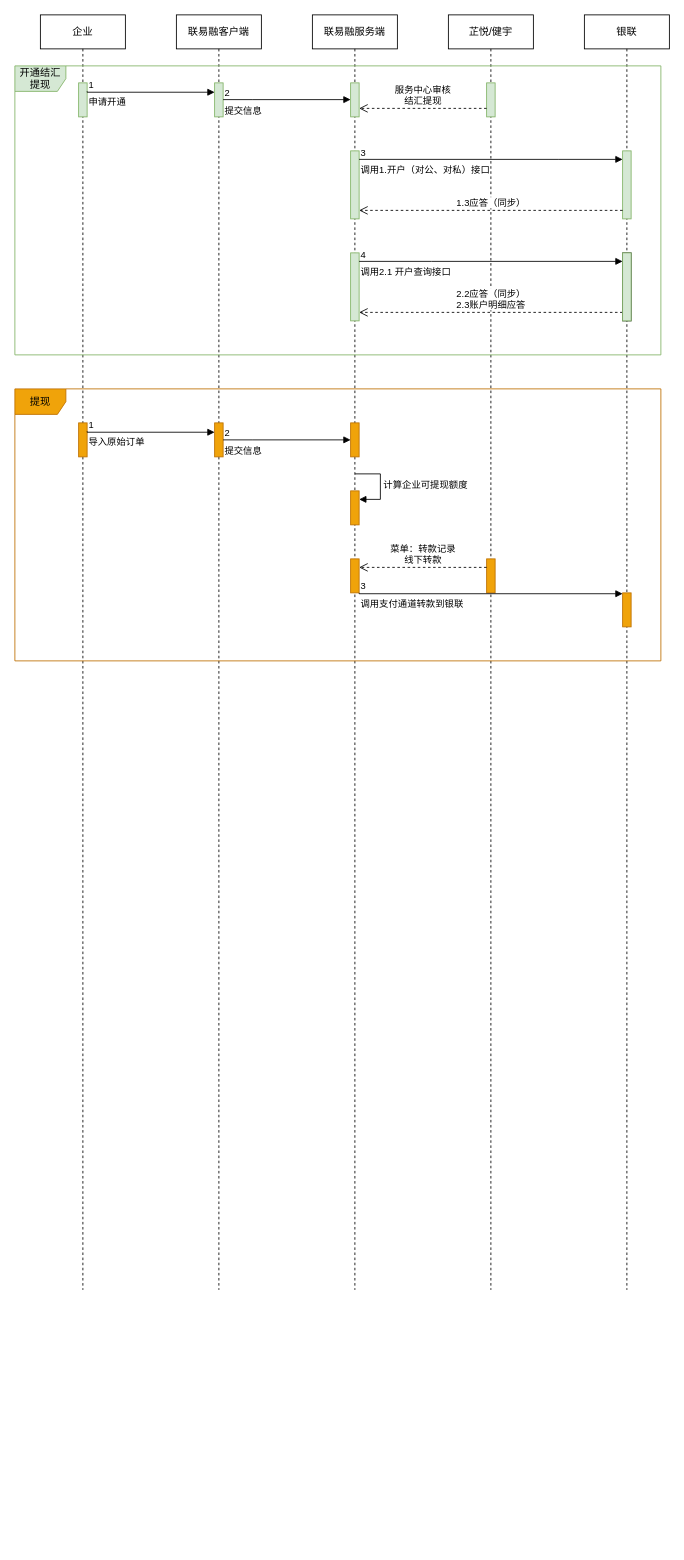
0573xieguojia/To-program keeps this draw.io diagram as LLSI/银联结汇提现流程.drawio. Above is the earlier version. Source tidied: cells renumbered, new cells numbered last; positions are measured from the earlier drawing's top-left corner, leaving out a move shared by most shapes. Both pictures are drawn from the tidied source at 85%, with x=0, y=0 at pixel (14, 14).
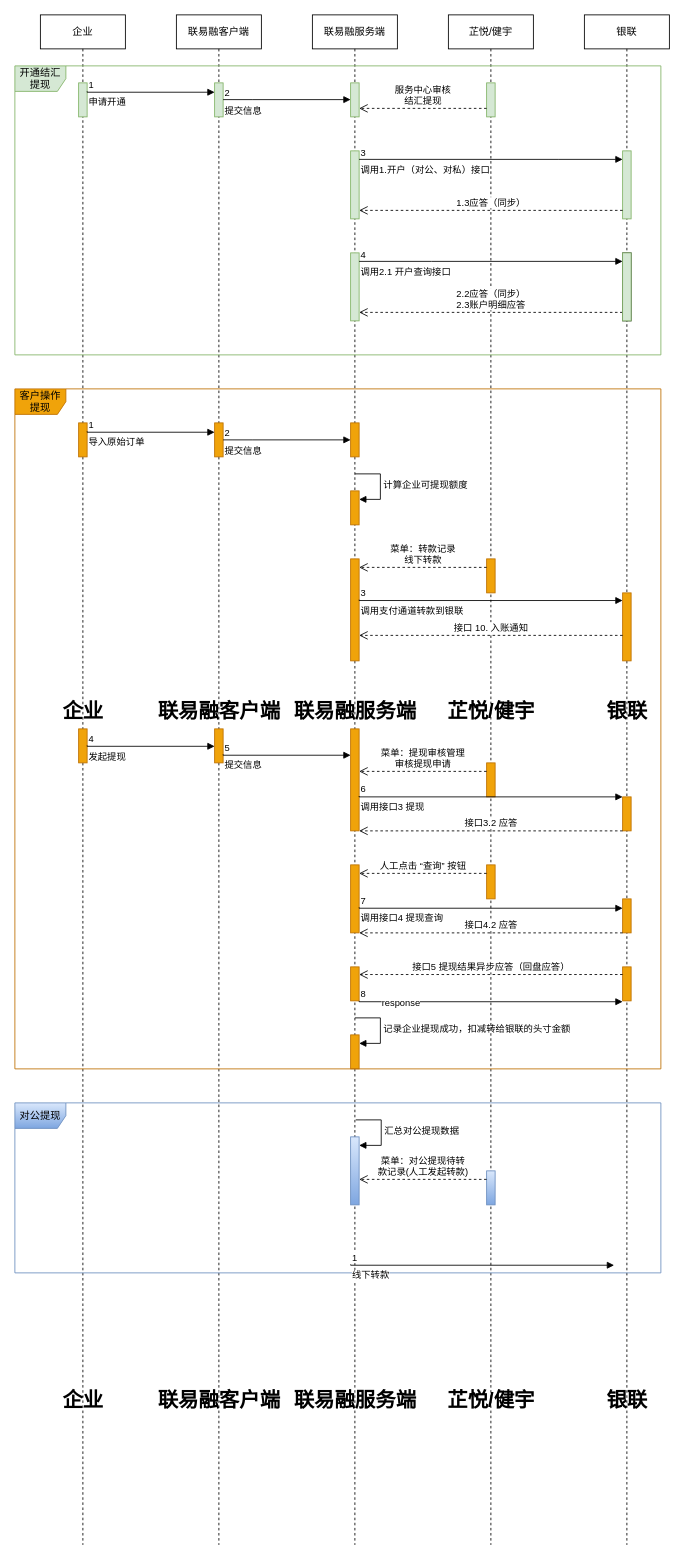
After the change.

Commit message:
更新银联结汇提现流程.drawio

The edit, as a diff of the source:
```diff
@@
     <mxCell id="2" value="企业" style="shape=umlLifeline;perimeter=lifelinePerimeter;whiteSpace=wrap;html=1;newEdgeStyle={&quot;edgeStyle&quot;:&quot;elbowEdgeStyle&quot;,&quot;elbow&quot;:&quot;vertical&quot;,&quot;curved&quot;:0,&quot;rounded&quot;:0};" parent="1" vertex="1">
-      <mxGeometry x="30" width="100" height="1500" as="geometry" />
+      <mxGeometry x="30" width="100" height="1800" as="geometry" />
     </mxCell>
@@
     <mxCell id="4" value="联易融客户端" style="shape=umlLifeline;perimeter=lifelinePerimeter;whiteSpace=wrap;html=1;newEdgeStyle={&quot;edgeStyle&quot;:&quot;elbowEdgeStyle&quot;,&quot;elbow&quot;:&quot;vertical&quot;,&quot;curved&quot;:0,&quot;rounded&quot;:0};" parent="1" vertex="1">
-      <mxGeometry x="190" width="100" height="1500" as="geometry" />
+      <mxGeometry x="190" width="100" height="1800" as="geometry" />
     </mxCell>
     <mxCell id="5" value="联易融服务端" style="shape=umlLifeline;perimeter=lifelinePerimeter;whiteSpace=wrap;html=1;newEdgeStyle={&quot;edgeStyle&quot;:&quot;elbowEdgeStyle&quot;,&quot;elbow&quot;:&quot;vertical&quot;,&quot;curved&quot;:0,&quot;rounded&quot;:0};" parent="1" vertex="1">
-      <mxGeometry x="350" width="100" height="1500" as="geometry" />
+      <mxGeometry x="350" width="100" height="1800" as="geometry" />
     </mxCell>
@@
     <mxCell id="9" style="html=1;perimeter=orthogonalPerimeter;targetShapes=umlLifeline;newEdgeStyle={&quot;edgeStyle&quot;:&quot;elbowEdgeStyle&quot;,&quot;elbow&quot;:&quot;vertical&quot;,&quot;curved&quot;:0,&quot;rounded&quot;:0};fillColor=#f0a30a;strokeColor=#BD7000;fontColor=#000000;" parent="5" vertex="1">
-      <mxGeometry x="45" y="640" width="10" height="40" as="geometry" />
+      <mxGeometry x="45" y="640" width="10" height="120" as="geometry" />
     </mxCell>
+    <mxCell id="44" style="html=1;perimeter=orthogonalPerimeter;targetShapes=umlLifeline;newEdgeStyle={&quot;edgeStyle&quot;:&quot;elbowEdgeStyle&quot;,&quot;elbow&quot;:&quot;vertical&quot;,&quot;curved&quot;:0,&quot;rounded&quot;:0};fillColor=#f0a30a;strokeColor=#BD7000;fontColor=#000000;" parent="5" vertex="1">
+      <mxGeometry x="45" y="1120" width="10" height="40" as="geometry" />
+    </mxCell>
+    <mxCell id="45" style="html=1;points=[];perimeter=orthogonalPerimeter;outlineConnect=0;targetShapes=umlLifeline;portConstraint=eastwest;newEdgeStyle={&quot;edgeStyle&quot;:&quot;elbowEdgeStyle&quot;,&quot;elbow&quot;:&quot;vertical&quot;,&quot;curved&quot;:0,&quot;rounded&quot;:0};fillColor=#f0a30a;strokeColor=#BD7000;fontColor=#000000;" parent="5" vertex="1">
+      <mxGeometry x="45" y="1200" width="10" height="40" as="geometry" />
+    </mxCell>
+    <mxCell id="46" value="记录企业提现成功，扣减转给银联的头寸金额" style="html=1;align=left;spacingLeft=2;endArrow=block;rounded=0;edgeStyle=orthogonalEdgeStyle;curved=0;rounded=0;" parent="5" edge="1" target="45">
+      <mxGeometry relative="1" as="geometry">
+        <mxPoint x="50" y="1180" as="sourcePoint" />
+        <Array as="points">
+          <mxPoint x="80" y="1210" />
+        </Array>
+      </mxGeometry>
+    </mxCell>
     <mxCell id="10" value="芷悦/健宇" style="shape=umlLifeline;perimeter=lifelinePerimeter;whiteSpace=wrap;html=1;newEdgeStyle={&quot;edgeStyle&quot;:&quot;elbowEdgeStyle&quot;,&quot;elbow&quot;:&quot;vertical&quot;,&quot;curved&quot;:0,&quot;rounded&quot;:0};" parent="1" vertex="1">
-      <mxGeometry x="510" width="100" height="1500" as="geometry" />
+      <mxGeometry x="510" width="100" height="1800" as="geometry" />
     </mxCell>
     <mxCell id="11" value="银联" style="shape=umlLifeline;perimeter=lifelinePerimeter;whiteSpace=wrap;html=1;newEdgeStyle={&quot;edgeStyle&quot;:&quot;elbowEdgeStyle&quot;,&quot;elbow&quot;:&quot;vertical&quot;,&quot;curved&quot;:0,&quot;rounded&quot;:0};" parent="1" vertex="1">
-      <mxGeometry x="670" width="100" height="1500" as="geometry" />
+      <mxGeometry x="670" width="100" height="1800" as="geometry" />
     </mxCell>
@@
+    <mxCell id="47" style="html=1;perimeter=orthogonalPerimeter;targetShapes=umlLifeline;newEdgeStyle={&quot;edgeStyle&quot;:&quot;elbowEdgeStyle&quot;,&quot;elbow&quot;:&quot;vertical&quot;,&quot;curved&quot;:0,&quot;rounded&quot;:0};fillColor=#f0a30a;strokeColor=#BD7000;fontColor=#000000;" parent="11" vertex="1">
+      <mxGeometry x="-275" y="1000" width="10" height="80" as="geometry" />
+    </mxCell>
+    <mxCell id="48" style="html=1;perimeter=orthogonalPerimeter;targetShapes=umlLifeline;newEdgeStyle={&quot;edgeStyle&quot;:&quot;elbowEdgeStyle&quot;,&quot;elbow&quot;:&quot;vertical&quot;,&quot;curved&quot;:0,&quot;rounded&quot;:0};fillColor=#f0a30a;strokeColor=#BD7000;fontColor=#000000;" parent="11" vertex="1">
+      <mxGeometry x="45" y="1040" width="10" height="40" as="geometry" />
+    </mxCell>
+    <mxCell id="49" value="调用接口4 提现查询" style="endArrow=block;endFill=1;html=1;edgeStyle=orthogonalEdgeStyle;align=left;verticalAlign=top;rounded=0;" parent="11" edge="1">
+      <mxGeometry x="-1" relative="1" as="geometry">
+        <mxPoint x="-265" y="1050" as="sourcePoint" />
+        <mxPoint x="45" y="1051" as="targetPoint" />
+        <Array as="points">
+          <mxPoint x="-265" y="1051" />
+        </Array>
+      </mxGeometry>
+    </mxCell>
+    <mxCell id="50" value="7" style="edgeLabel;html=1;align=left;verticalAlign=bottom;" parent="49" vertex="1">
+      <mxGeometry x="-1" relative="1" as="geometry" />
+    </mxCell>
+    <mxCell id="51" value="接口4.2 应答" style="html=1;verticalAlign=bottom;endArrow=open;dashed=1;endSize=8;edgeStyle=elbowEdgeStyle;elbow=vertical;curved=0;rounded=0;" parent="11" edge="1">
+      <mxGeometry relative="1" as="geometry">
+        <mxPoint x="45" y="1080" as="sourcePoint" />
+        <mxPoint x="-265" y="1080" as="targetPoint" />
+        <Array as="points">
+          <mxPoint x="-80" y="1080" />
+        </Array>
+      </mxGeometry>
+    </mxCell>
@@
-    <mxCell id="32" value="提现" style="shape=umlFrame;whiteSpace=wrap;html=1;fillColor=#f0a30a;strokeColor=#BD7000;fontColor=#000000;" parent="1" vertex="1">
-      <mxGeometry y="440" width="760" height="320" as="geometry" />
+    <mxCell id="32" value="客户操作提现" style="shape=umlFrame;whiteSpace=wrap;html=1;fillColor=#f0a30a;strokeColor=#BD7000;fontColor=#000000;" parent="1" vertex="1">
+      <mxGeometry y="440" width="760" height="800" as="geometry" />
     </mxCell>
@@
     <mxCell id="41" style="html=1;points=[];perimeter=orthogonalPerimeter;outlineConnect=0;targetShapes=umlLifeline;portConstraint=eastwest;newEdgeStyle={&quot;edgeStyle&quot;:&quot;elbowEdgeStyle&quot;,&quot;elbow&quot;:&quot;vertical&quot;,&quot;curved&quot;:0,&quot;rounded&quot;:0};fillColor=#f0a30a;strokeColor=#BD7000;fontColor=#000000;" parent="1" vertex="1">
-      <mxGeometry x="715" y="680" width="10" height="40" as="geometry" />
+      <mxGeometry x="715" y="680" width="10" height="80" as="geometry" />
     </mxCell>
-    <mxCell id="42" value="调用支付通道转款到银联" style="endArrow=block;endFill=1;html=1;edgeStyle=orthogonalEdgeStyle;align=left;verticalAlign=top;rounded=0;" parent="1" edge="1" target="41">
+    <mxCell id="42" value="调用支付通道转款到银联" style="endArrow=block;endFill=1;html=1;edgeStyle=orthogonalEdgeStyle;align=left;verticalAlign=top;rounded=0;" parent="1" edge="1">
       <mxGeometry x="-1" relative="1" as="geometry">
-        <mxPoint x="405" y="680" as="sourcePoint" />
+        <mxPoint x="405" y="688" as="sourcePoint" />
+        <mxPoint x="715" y="689" as="targetPoint" />
         <Array as="points">
-          <mxPoint x="405" y="681" />
+          <mxPoint x="405" y="689" />
         </Array>
       </mxGeometry>
     </mxCell>
@@
+    <mxCell id="52" value="企业" style="text;strokeColor=none;fillColor=none;html=1;fontSize=24;fontStyle=1;verticalAlign=middle;align=center;" parent="1" vertex="1">
+      <mxGeometry x="30" y="800" width="100" height="40" as="geometry" />
+    </mxCell>
+    <mxCell id="53" value="联易融客户端" style="text;strokeColor=none;fillColor=none;html=1;fontSize=24;fontStyle=1;verticalAlign=middle;align=center;" parent="1" vertex="1">
+      <mxGeometry x="190" y="800" width="100" height="40" as="geometry" />
+    </mxCell>
+    <mxCell id="54" value="联易融服务端" style="text;strokeColor=none;fillColor=none;html=1;fontSize=24;fontStyle=1;verticalAlign=middle;align=center;" parent="1" vertex="1">
+      <mxGeometry x="350" y="800" width="100" height="40" as="geometry" />
+    </mxCell>
+    <mxCell id="55" value="芷悦/健宇" style="text;strokeColor=none;fillColor=none;html=1;fontSize=24;fontStyle=1;verticalAlign=middle;align=center;" parent="1" vertex="1">
+      <mxGeometry x="510" y="800" width="100" height="40" as="geometry" />
+    </mxCell>
+    <mxCell id="56" value="银联" style="text;strokeColor=none;fillColor=none;html=1;fontSize=24;fontStyle=1;verticalAlign=middle;align=center;" parent="1" vertex="1">
+      <mxGeometry x="670" y="800" width="100" height="40" as="geometry" />
+    </mxCell>
+    <mxCell id="57" value="接口 10. 入账通知" style="html=1;verticalAlign=bottom;endArrow=open;dashed=1;endSize=8;edgeStyle=elbowEdgeStyle;elbow=vertical;curved=0;rounded=0;" parent="1" edge="1">
+      <mxGeometry relative="1" as="geometry">
+        <mxPoint x="715" y="730" as="sourcePoint" />
+        <mxPoint x="405" y="730" as="targetPoint" />
+        <Array as="points">
+          <mxPoint x="590" y="730" />
+        </Array>
+      </mxGeometry>
+    </mxCell>
+    <mxCell id="58" style="html=1;perimeter=orthogonalPerimeter;targetShapes=umlLifeline;newEdgeStyle={&quot;edgeStyle&quot;:&quot;elbowEdgeStyle&quot;,&quot;elbow&quot;:&quot;vertical&quot;,&quot;curved&quot;:0,&quot;rounded&quot;:0};fillColor=#f0a30a;strokeColor=#BD7000;fontColor=#000000;" parent="1" vertex="1">
+      <mxGeometry x="75" y="840" width="10" height="40" as="geometry" />
+    </mxCell>
+    <mxCell id="59" style="html=1;perimeter=orthogonalPerimeter;targetShapes=umlLifeline;newEdgeStyle={&quot;edgeStyle&quot;:&quot;elbowEdgeStyle&quot;,&quot;elbow&quot;:&quot;vertical&quot;,&quot;curved&quot;:0,&quot;rounded&quot;:0};fillColor=#f0a30a;strokeColor=#BD7000;fontColor=#000000;" parent="1" vertex="1">
+      <mxGeometry x="235" y="840" width="10" height="40" as="geometry" />
+    </mxCell>
+    <mxCell id="60" value="发起提现" style="endArrow=block;endFill=1;html=1;edgeStyle=orthogonalEdgeStyle;align=left;verticalAlign=top;rounded=0;" parent="1" edge="1">
+      <mxGeometry x="-1" relative="1" as="geometry">
+        <mxPoint x="85" y="859.5" as="sourcePoint" />
+        <mxPoint x="235" y="860.5" as="targetPoint" />
+        <Array as="points">
+          <mxPoint x="85" y="860.5" />
+        </Array>
+      </mxGeometry>
+    </mxCell>
+    <mxCell id="61" value="4" style="edgeLabel;html=1;align=left;verticalAlign=bottom;" parent="60" vertex="1">
+      <mxGeometry x="-1" relative="1" as="geometry" />
+    </mxCell>
+    <mxCell id="62" value="提交信息" style="endArrow=block;endFill=1;html=1;edgeStyle=orthogonalEdgeStyle;align=left;verticalAlign=top;rounded=0;" parent="1" edge="1">
+      <mxGeometry x="-1" relative="1" as="geometry">
+        <mxPoint x="245" y="870" as="sourcePoint" />
+        <mxPoint x="395" y="871" as="targetPoint" />
+        <Array as="points">
+          <mxPoint x="245" y="871" />
+        </Array>
+      </mxGeometry>
+    </mxCell>
+    <mxCell id="63" value="5" style="edgeLabel;html=1;align=left;verticalAlign=bottom;" parent="62" vertex="1">
+      <mxGeometry x="-1" relative="1" as="geometry" />
+    </mxCell>
+    <mxCell id="64" style="html=1;perimeter=orthogonalPerimeter;targetShapes=umlLifeline;newEdgeStyle={&quot;edgeStyle&quot;:&quot;elbowEdgeStyle&quot;,&quot;elbow&quot;:&quot;vertical&quot;,&quot;curved&quot;:0,&quot;rounded&quot;:0};fillColor=#f0a30a;strokeColor=#BD7000;fontColor=#000000;" parent="1" vertex="1">
+      <mxGeometry x="395" y="840" width="10" height="120" as="geometry" />
+    </mxCell>
+    <mxCell id="65" style="html=1;perimeter=orthogonalPerimeter;targetShapes=umlLifeline;newEdgeStyle={&quot;edgeStyle&quot;:&quot;elbowEdgeStyle&quot;,&quot;elbow&quot;:&quot;vertical&quot;,&quot;curved&quot;:0,&quot;rounded&quot;:0};fillColor=#f0a30a;strokeColor=#BD7000;fontColor=#000000;" parent="1" vertex="1">
+      <mxGeometry x="555" y="880" width="10" height="40" as="geometry" />
+    </mxCell>
+    <mxCell id="66" value="菜单：提现审核管理&lt;br&gt;审核提现申请" style="html=1;verticalAlign=bottom;endArrow=open;dashed=1;endSize=8;edgeStyle=elbowEdgeStyle;elbow=vertical;curved=0;rounded=0;" parent="1" edge="1">
+      <mxGeometry relative="1" as="geometry">
+        <mxPoint x="555" y="890" as="sourcePoint" />
+        <mxPoint x="405" y="890" as="targetPoint" />
+        <Array as="points">
+          <mxPoint x="430" y="890" />
+        </Array>
+      </mxGeometry>
+    </mxCell>
+    <mxCell id="67" style="html=1;perimeter=orthogonalPerimeter;targetShapes=umlLifeline;newEdgeStyle={&quot;edgeStyle&quot;:&quot;elbowEdgeStyle&quot;,&quot;elbow&quot;:&quot;vertical&quot;,&quot;curved&quot;:0,&quot;rounded&quot;:0};fillColor=#f0a30a;strokeColor=#BD7000;fontColor=#000000;" parent="1" vertex="1">
+      <mxGeometry x="715" y="920" width="10" height="40" as="geometry" />
+    </mxCell>
+    <mxCell id="68" value="调用接口3 提现" style="endArrow=block;endFill=1;html=1;edgeStyle=orthogonalEdgeStyle;align=left;verticalAlign=top;rounded=0;" parent="1" edge="1">
+      <mxGeometry x="-1" relative="1" as="geometry">
+        <mxPoint x="405" y="919" as="sourcePoint" />
+        <mxPoint x="715" y="920" as="targetPoint" />
+        <Array as="points">
+          <mxPoint x="405" y="920" />
+        </Array>
+      </mxGeometry>
+    </mxCell>
+    <mxCell id="69" value="6" style="edgeLabel;html=1;align=left;verticalAlign=bottom;" parent="68" vertex="1">
+      <mxGeometry x="-1" relative="1" as="geometry" />
+    </mxCell>
+    <mxCell id="70" value="接口3.2 应答" style="html=1;verticalAlign=bottom;endArrow=open;dashed=1;endSize=8;edgeStyle=elbowEdgeStyle;elbow=vertical;curved=0;rounded=0;" parent="1" edge="1">
+      <mxGeometry relative="1" as="geometry">
+        <mxPoint x="715" y="960" as="sourcePoint" />
+        <mxPoint x="405" y="960" as="targetPoint" />
+        <Array as="points">
+          <mxPoint x="590" y="960" />
+        </Array>
+      </mxGeometry>
+    </mxCell>
+    <mxCell id="71" style="html=1;perimeter=orthogonalPerimeter;targetShapes=umlLifeline;newEdgeStyle={&quot;edgeStyle&quot;:&quot;elbowEdgeStyle&quot;,&quot;elbow&quot;:&quot;vertical&quot;,&quot;curved&quot;:0,&quot;rounded&quot;:0};fillColor=#f0a30a;strokeColor=#BD7000;fontColor=#000000;" parent="1" vertex="1">
+      <mxGeometry x="555" y="1000" width="10" height="40" as="geometry" />
+    </mxCell>
+    <mxCell id="72" value="人工点击 “查询” 按钮" style="html=1;verticalAlign=bottom;endArrow=open;dashed=1;endSize=8;edgeStyle=elbowEdgeStyle;elbow=vertical;curved=0;rounded=0;" parent="1" edge="1">
+      <mxGeometry relative="1" as="geometry">
+        <mxPoint x="555" y="1010" as="sourcePoint" />
+        <mxPoint x="405" y="1010" as="targetPoint" />
+        <Array as="points">
+          <mxPoint x="430" y="1010" />
+        </Array>
+      </mxGeometry>
+    </mxCell>
+    <mxCell id="73" style="html=1;perimeter=orthogonalPerimeter;targetShapes=umlLifeline;newEdgeStyle={&quot;edgeStyle&quot;:&quot;elbowEdgeStyle&quot;,&quot;elbow&quot;:&quot;vertical&quot;,&quot;curved&quot;:0,&quot;rounded&quot;:0};fillColor=#f0a30a;strokeColor=#BD7000;fontColor=#000000;" parent="1" vertex="1">
+      <mxGeometry x="715" y="1120" width="10" height="40" as="geometry" />
+    </mxCell>
+    <mxCell id="74" value="接口5 提现结果异步应答（回盘应答）" style="html=1;verticalAlign=bottom;endArrow=open;dashed=1;endSize=8;edgeStyle=elbowEdgeStyle;elbow=vertical;curved=0;rounded=0;" parent="1" edge="1">
+      <mxGeometry relative="1" as="geometry">
+        <mxPoint x="715" y="1129" as="sourcePoint" />
+        <mxPoint x="405" y="1129" as="targetPoint" />
+        <Array as="points">
+          <mxPoint x="590" y="1129" />
+        </Array>
+      </mxGeometry>
+    </mxCell>
+    <mxCell id="75" value="response" style="endArrow=block;endFill=1;html=1;edgeStyle=orthogonalEdgeStyle;align=left;verticalAlign=top;rounded=0;" parent="1" edge="1">
+      <mxGeometry x="-0.83" y="11" relative="1" as="geometry">
+        <mxPoint x="405" y="1160" as="sourcePoint" />
+        <mxPoint x="715" y="1161" as="targetPoint" />
+        <Array as="points">
+          <mxPoint x="405" y="1161" />
+        </Array>
+      </mxGeometry>
+    </mxCell>
+    <mxCell id="76" value="8" style="edgeLabel;html=1;align=left;verticalAlign=bottom;" parent="75" vertex="1">
+      <mxGeometry x="-1" relative="1" as="geometry" />
+    </mxCell>
+    <mxCell id="77" value="对公提现" style="shape=umlFrame;whiteSpace=wrap;html=1;fillColor=#dae8fc;gradientColor=#7ea6e0;strokeColor=#6c8ebf;" parent="1" vertex="1">
+      <mxGeometry y="1280" width="760" height="200" as="geometry" />
+    </mxCell>
+    <mxCell id="78" style="html=1;points=[];perimeter=orthogonalPerimeter;outlineConnect=0;targetShapes=umlLifeline;portConstraint=eastwest;newEdgeStyle={&quot;edgeStyle&quot;:&quot;elbowEdgeStyle&quot;,&quot;elbow&quot;:&quot;vertical&quot;,&quot;curved&quot;:0,&quot;rounded&quot;:0};fillColor=#dae8fc;strokeColor=#6c8ebf;gradientColor=#7ea6e0;" parent="1" vertex="1">
+      <mxGeometry x="395" y="1320" width="10" height="80" as="geometry" />
+    </mxCell>
+    <mxCell id="79" value="汇总对公提现数据" style="html=1;align=left;spacingLeft=2;endArrow=block;rounded=0;edgeStyle=orthogonalEdgeStyle;curved=0;rounded=0;" parent="1" edge="1" target="78">
+      <mxGeometry relative="1" as="geometry">
+        <mxPoint x="401" y="1300" as="sourcePoint" />
+        <Array as="points">
+          <mxPoint x="431" y="1330" />
+        </Array>
+      </mxGeometry>
+    </mxCell>
+    <mxCell id="80" value="企业" style="text;strokeColor=none;fillColor=none;html=1;fontSize=24;fontStyle=1;verticalAlign=middle;align=center;" parent="1" vertex="1">
+      <mxGeometry x="30" y="1610" width="100" height="40" as="geometry" />
+    </mxCell>
+    <mxCell id="81" value="联易融客户端" style="text;strokeColor=none;fillColor=none;html=1;fontSize=24;fontStyle=1;verticalAlign=middle;align=center;" parent="1" vertex="1">
+      <mxGeometry x="190" y="1610" width="100" height="40" as="geometry" />
+    </mxCell>
+    <mxCell id="82" value="联易融服务端" style="text;strokeColor=none;fillColor=none;html=1;fontSize=24;fontStyle=1;verticalAlign=middle;align=center;" parent="1" vertex="1">
+      <mxGeometry x="350" y="1610" width="100" height="40" as="geometry" />
+    </mxCell>
+    <mxCell id="83" value="芷悦/健宇" style="text;strokeColor=none;fillColor=none;html=1;fontSize=24;fontStyle=1;verticalAlign=middle;align=center;" parent="1" vertex="1">
+      <mxGeometry x="510" y="1610" width="100" height="40" as="geometry" />
+    </mxCell>
+    <mxCell id="84" value="银联" style="text;strokeColor=none;fillColor=none;html=1;fontSize=24;fontStyle=1;verticalAlign=middle;align=center;" parent="1" vertex="1">
+      <mxGeometry x="670" y="1610" width="100" height="40" as="geometry" />
+    </mxCell>
+    <mxCell id="85" style="html=1;perimeter=orthogonalPerimeter;targetShapes=umlLifeline;newEdgeStyle={&quot;edgeStyle&quot;:&quot;elbowEdgeStyle&quot;,&quot;elbow&quot;:&quot;vertical&quot;,&quot;curved&quot;:0,&quot;rounded&quot;:0};fillColor=#dae8fc;gradientColor=#7ea6e0;strokeColor=#6c8ebf;" parent="1" vertex="1">
+      <mxGeometry x="555" y="1360" width="10" height="40" as="geometry" />
+    </mxCell>
+    <mxCell id="86" value="线下转款" style="endArrow=block;endFill=1;html=1;edgeStyle=orthogonalEdgeStyle;align=left;verticalAlign=top;rounded=0;" parent="1" edge="1">
+      <mxGeometry x="-1" relative="1" as="geometry">
+        <mxPoint x="395" y="1470" as="sourcePoint" />
+        <mxPoint x="705" y="1471" as="targetPoint" />
+        <Array as="points">
+          <mxPoint x="395" y="1471" />
+        </Array>
+      </mxGeometry>
+    </mxCell>
+    <mxCell id="87" value="1" style="edgeLabel;html=1;align=left;verticalAlign=bottom;" parent="86" vertex="1">
+      <mxGeometry x="-1" relative="1" as="geometry" />
+    </mxCell>
+    <mxCell id="88" value="菜单：对公提现待转&lt;br&gt;款记录(人工发起转款)" style="html=1;verticalAlign=bottom;endArrow=open;dashed=1;endSize=8;edgeStyle=elbowEdgeStyle;elbow=vertical;curved=0;rounded=0;" parent="1" edge="1">
+      <mxGeometry relative="1" as="geometry">
+        <mxPoint x="555" y="1370" as="sourcePoint" />
+        <mxPoint x="405" y="1370" as="targetPoint" />
+        <Array as="points">
+          <mxPoint x="430" y="1370" />
+        </Array>
+      </mxGeometry>
+    </mxCell>
```
